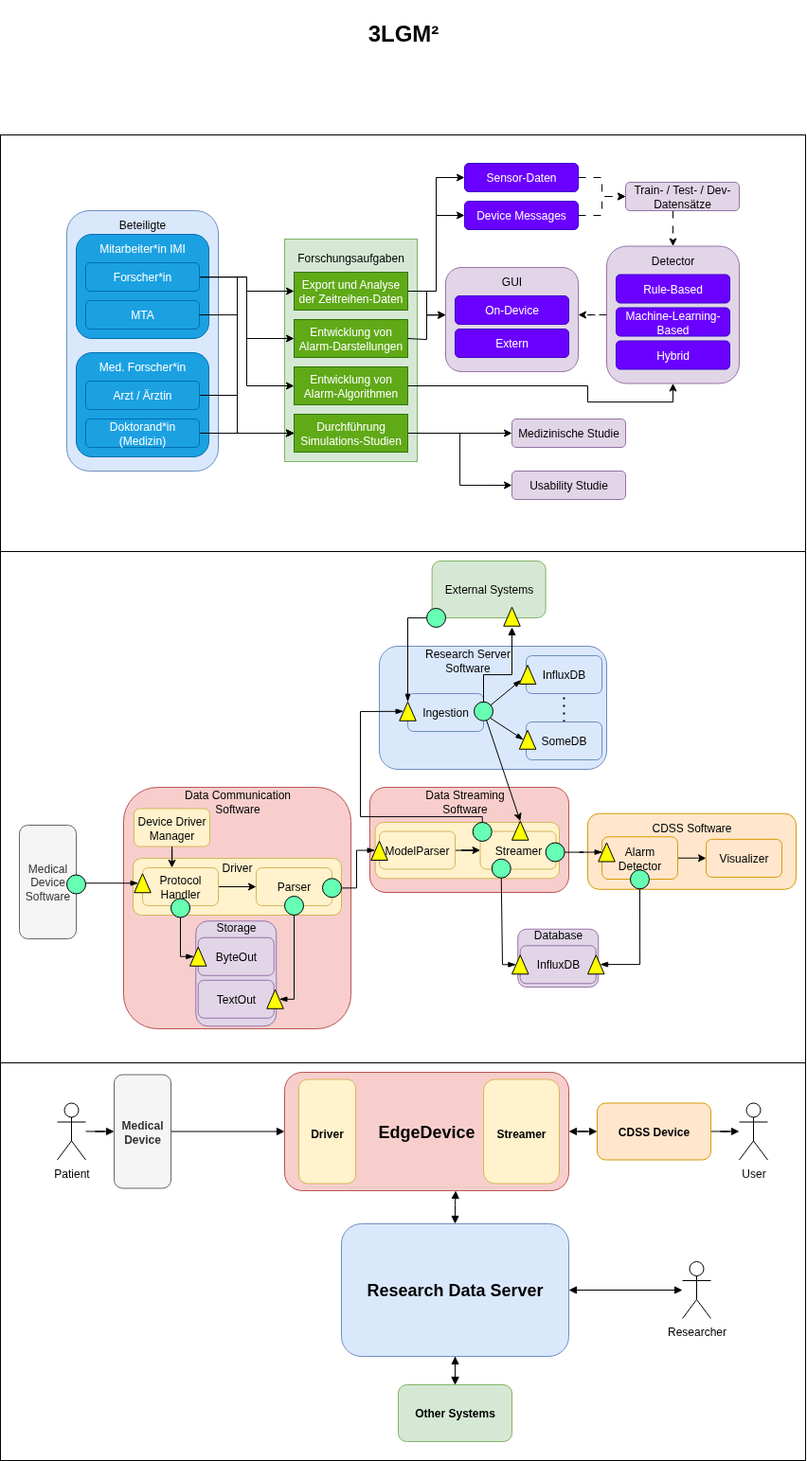
This is images/model_diagram_no_vertx_3lgm2.drawio.png from rwth-imi/FRAMED, a draw.io export, as it was before one commit. Source tidied: cells renumbered, new cells last; positions are measured from the earlier drawing's top-left corner, leaving out a move shared by most shapes.
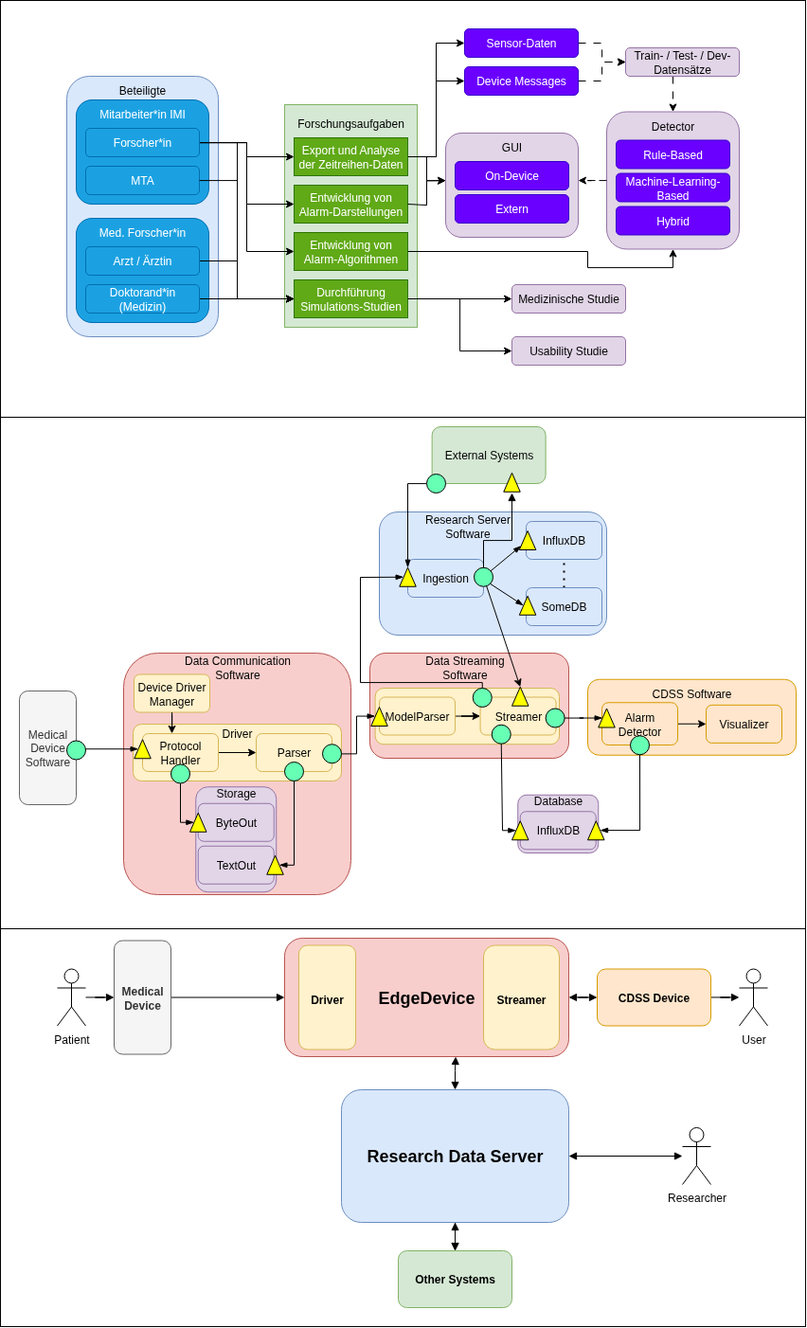
After the commit.

Diff of the diagram source:
```diff
@@ -539,8 +539,5 @@
     <mxCell id="155" value="&lt;b&gt;CDSS Device&lt;/b&gt;" style="rounded=1;whiteSpace=wrap;html=1;fillColor=#ffe6cc;strokeColor=#d79b00;" parent="136" vertex="1">
       <mxGeometry x="630" y="42.5" width="120" height="60" as="geometry" />
     </mxCell>
-    <mxCell id="156" value="&lt;h1&gt;3LGM²&lt;/h1&gt;" style="text;html=1;align=center;verticalAlign=middle;strokeColor=none;fillColor=none;" parent="1" vertex="1">
-      <mxGeometry x="375" width="100" height="70" as="geometry" />
-    </mxCell>
   </root>
 </mxGraphModel>
```
